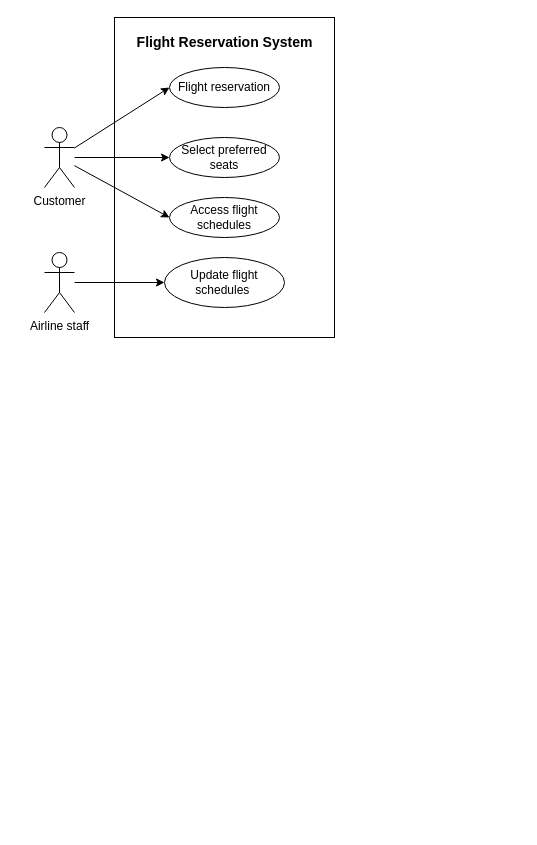
ShuYu03/ShuYu03.github.io keeps this draw.io diagram as UseCase/uc5.drawio. Above is the earlier version. Source tidied: cells renumbered, new cells numbered last; positions are measured from the earlier drawing's top-left corner, leaving out a move shared by most shapes. Both pictures are drawn from the tidied source at 100%, with x=0, y=0 at pixel (44, 17).
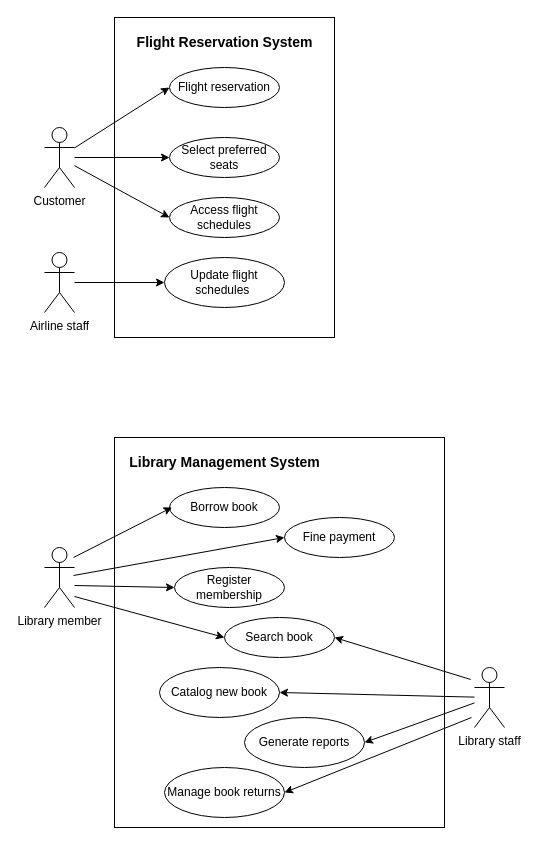
After the change.

What changed in the source:
```diff
@@
+    <mxCell id="14" style="rounded=0;whiteSpace=wrap;html=1;" parent="1" vertex="1">
+      <mxGeometry x="70" y="420" width="330" height="390" as="geometry" />
+    </mxCell>
+    <mxCell id="15" value="&lt;b&gt;&lt;font style=&quot;font-size: 14px;&quot;&gt;Library Management System&lt;/font&gt;&lt;/b&gt;" style="text;html=1;strokeColor=none;fillColor=none;align=center;verticalAlign=middle;whiteSpace=wrap;rounded=0;" parent="1" vertex="1">
+      <mxGeometry x="83.8" y="430" width="192.5" height="30" as="geometry" />
+    </mxCell>
+    <mxCell id="16" value="Library member" style="shape=umlActor;verticalLabelPosition=bottom;verticalAlign=top;html=1;" parent="1" vertex="1">
+      <mxGeometry y="530" width="30" height="60" as="geometry" />
+    </mxCell>
+    <mxCell id="17" value="Borrow book" style="ellipse;whiteSpace=wrap;html=1;" parent="1" vertex="1">
+      <mxGeometry x="125" y="470" width="110" height="40" as="geometry" />
+    </mxCell>
+    <mxCell id="18" value="Library staff" style="shape=umlActor;verticalLabelPosition=bottom;verticalAlign=top;html=1;outlineConnect=0;" parent="1" vertex="1">
+      <mxGeometry x="430" y="650" width="30" height="60" as="geometry" />
+    </mxCell>
+    <mxCell id="19" value="Catalog new book" style="ellipse;whiteSpace=wrap;html=1;" parent="1" vertex="1">
+      <mxGeometry x="115" y="650" width="120" height="50" as="geometry" />
+    </mxCell>
+    <mxCell id="20" style="endArrow=classic;html=1;rounded=0;entryX=0.023;entryY=0.497;entryDx=0;entryDy=0;entryPerimeter=0;" parent="1" edge="1" target="17">
+      <mxGeometry relative="1" as="geometry">
+        <mxPoint x="29" y="540" as="sourcePoint" />
+      </mxGeometry>
+    </mxCell>
+    <mxCell id="21" style="endArrow=classic;html=1;rounded=0;entryX=1;entryY=0.5;entryDx=0;entryDy=0;" parent="1" edge="1" source="18" target="19">
+      <mxGeometry relative="1" as="geometry" />
+    </mxCell>
+    <mxCell id="22" value="Register membership" style="ellipse;whiteSpace=wrap;html=1;" parent="1" vertex="1">
+      <mxGeometry x="130" y="550" width="110" height="40" as="geometry" />
+    </mxCell>
+    <mxCell id="23" value="Search book" style="ellipse;whiteSpace=wrap;html=1;" parent="1" vertex="1">
+      <mxGeometry x="180" y="600" width="110" height="40" as="geometry" />
+    </mxCell>
+    <mxCell id="24" style="endArrow=classic;html=1;rounded=0;entryX=0;entryY=0.5;entryDx=0;entryDy=0;" parent="1" edge="1" target="22">
+      <mxGeometry relative="1" as="geometry">
+        <mxPoint x="30" y="568" as="sourcePoint" />
+      </mxGeometry>
+    </mxCell>
+    <mxCell id="25" style="endArrow=classic;html=1;rounded=0;entryX=0;entryY=0.5;entryDx=0;entryDy=0;" parent="1" edge="1" target="23">
+      <mxGeometry relative="1" as="geometry">
+        <mxPoint x="30" y="579" as="sourcePoint" />
+      </mxGeometry>
+    </mxCell>
+    <mxCell id="26" value="Manage book returns" style="ellipse;whiteSpace=wrap;html=1;" parent="1" vertex="1">
+      <mxGeometry x="120" y="750" width="120" height="50" as="geometry" />
+    </mxCell>
+    <mxCell id="27" value="Fine payment" style="ellipse;whiteSpace=wrap;html=1;" parent="1" vertex="1">
+      <mxGeometry x="240" y="500" width="110" height="40" as="geometry" />
+    </mxCell>
+    <mxCell id="28" value="Generate reports" style="ellipse;whiteSpace=wrap;html=1;" parent="1" vertex="1">
+      <mxGeometry x="200" y="700" width="120" height="50" as="geometry" />
+    </mxCell>
+    <mxCell id="29" style="endArrow=classic;html=1;rounded=0;entryX=0;entryY=0.5;entryDx=0;entryDy=0;" parent="1" edge="1" target="27">
+      <mxGeometry relative="1" as="geometry">
+        <mxPoint x="29" y="558" as="sourcePoint" />
+      </mxGeometry>
+    </mxCell>
+    <mxCell id="30" style="endArrow=classic;html=1;rounded=0;entryX=1;entryY=0.5;entryDx=0;entryDy=0;" parent="1" edge="1" target="23">
+      <mxGeometry relative="1" as="geometry">
+        <mxPoint x="426.2" y="662" as="sourcePoint" />
+      </mxGeometry>
+    </mxCell>
+    <mxCell id="31" style="endArrow=classic;html=1;rounded=0;entryX=1;entryY=0.5;entryDx=0;entryDy=0;" parent="1" edge="1" source="18" target="28">
+      <mxGeometry relative="1" as="geometry" />
+    </mxCell>
+    <mxCell id="32" style="endArrow=classic;html=1;rounded=0;entryX=1;entryY=0.5;entryDx=0;entryDy=0;" parent="1" edge="1" target="26">
+      <mxGeometry relative="1" as="geometry">
+        <mxPoint x="427" y="700" as="sourcePoint" />
+      </mxGeometry>
+    </mxCell>
```
